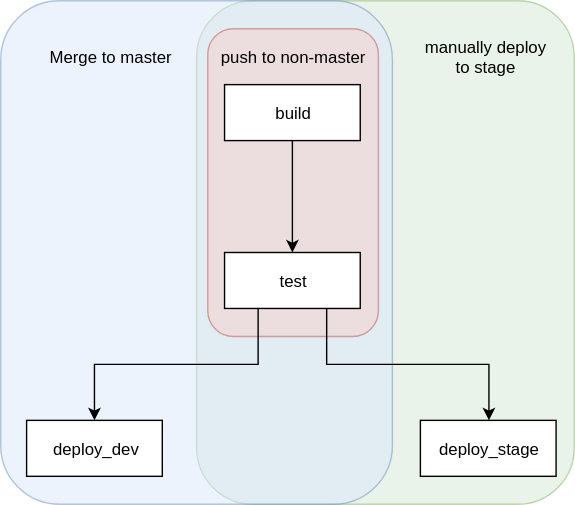
shinglyu/shinglyu.github.io keeps this draw.io diagram as blog_assets/drone_jsonnet/pipeline_tree.svg. Above is the earlier version. Source tidied: cells renumbered, new cells last; positions are measured from the earlier drawing's top-left corner, leaving out a move shared by most shapes.
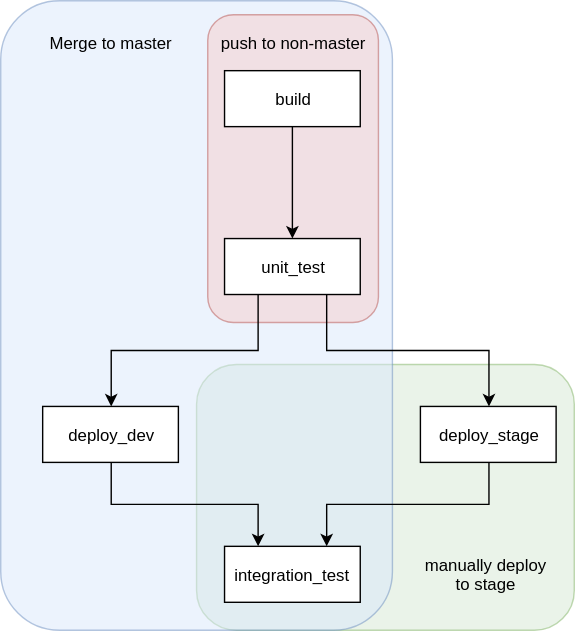
After the commit.

Diff of the diagram source:
```diff
@@ -3,10 +3,10 @@
     <mxCell id="0" />
     <mxCell id="1" parent="0" />
     <mxCell id="2" style="rounded=1;whiteSpace=wrap;html=1;opacity=50;fillColor=#d5e8d4;strokeColor=#82b366;" parent="1" vertex="1">
-      <mxGeometry x="140" width="270" height="360" as="geometry" />
+      <mxGeometry x="140" y="270" width="270" height="190" as="geometry" />
     </mxCell>
     <mxCell id="3" style="rounded=1;whiteSpace=wrap;html=1;fillColor=#dae8fc;strokeColor=#6c8ebf;opacity=50;" parent="1" vertex="1">
-      <mxGeometry width="280" height="360" as="geometry" />
+      <mxGeometry y="10" width="280" height="450" as="geometry" />
     </mxCell>
     <mxCell id="4" style="rounded=1;whiteSpace=wrap;html=1;opacity=50;fillColor=#f8cecc;strokeColor=#b85450;" parent="1" vertex="1">
       <mxGeometry x="148" y="20" width="122" height="220" as="geometry" />
@@ -17,29 +17,43 @@
     <mxCell id="6" value="build" style="rounded=0;whiteSpace=wrap;html=1;" parent="1" vertex="1">
       <mxGeometry x="160" y="60" width="97" height="40" as="geometry" />
     </mxCell>
-    <mxCell id="7" style="edgeStyle=orthogonalEdgeStyle;rounded=0;html=1;jettySize=auto;exitX=0.25;exitY=1;exitDx=0;exitDy=0;" parent="1" edge="1" source="9" target="11">
-      <mxGeometry relative="1" as="geometry" />
-    </mxCell>
     <mxCell id="8" style="edgeStyle=orthogonalEdgeStyle;rounded=0;html=1;jettySize=auto;exitX=0.75;exitY=1;exitDx=0;exitDy=0;" parent="1" edge="1" source="9" target="10">
-      <mxGeometry relative="1" as="geometry" />
+      <mxGeometry relative="1" as="geometry">
+        <Array as="points">
+          <mxPoint x="233" y="260" />
+          <mxPoint x="349" y="260" />
+        </Array>
+      </mxGeometry>
     </mxCell>
+    <mxCell id="15" style="edgeStyle=orthogonalEdgeStyle;rounded=0;jettySize=auto;html=1;exitX=0.25;exitY=1;exitDx=0;exitDy=0;entryX=0.5;entryY=0;entryDx=0;entryDy=0;" parent="1" edge="1" source="9" target="18">
+      <mxGeometry relative="1" as="geometry" />
+    </mxCell>
-    <mxCell id="9" value="test" style="rounded=0;whiteSpace=wrap;html=1;" parent="1" vertex="1">
+    <mxCell id="9" value="unit_test" style="rounded=0;whiteSpace=wrap;html=1;" parent="1" vertex="1">
       <mxGeometry x="160" y="180" width="97" height="40" as="geometry" />
     </mxCell>
+    <mxCell id="16" style="edgeStyle=orthogonalEdgeStyle;rounded=0;jettySize=auto;html=1;exitX=0.5;exitY=1;exitDx=0;exitDy=0;entryX=0.75;entryY=0;entryDx=0;entryDy=0;" parent="1" edge="1" source="10" target="11">
+      <mxGeometry relative="1" as="geometry" />
+    </mxCell>
     <mxCell id="10" value="deploy_stage" style="rounded=0;whiteSpace=wrap;html=1;" parent="1" vertex="1">
       <mxGeometry x="300" y="300" width="97" height="40" as="geometry" />
     </mxCell>
-    <mxCell id="11" value="deploy_dev" style="rounded=0;whiteSpace=wrap;html=1;" parent="1" vertex="1">
-      <mxGeometry x="18.5" y="300" width="97" height="40" as="geometry" />
+    <mxCell id="11" value="integration_test" style="rounded=0;whiteSpace=wrap;html=1;" parent="1" vertex="1">
+      <mxGeometry x="160" y="400" width="97" height="40" as="geometry" />
     </mxCell>
     <mxCell id="12" value="Merge to master" style="text;html=1;strokeColor=none;fillColor=none;align=center;verticalAlign=middle;whiteSpace=wrap;rounded=0;" parent="1" vertex="1">
       <mxGeometry x="18.5" y="30" width="120" height="20" as="geometry" />
     </mxCell>
     <mxCell id="13" value="manually deploy to stage" style="text;html=1;strokeColor=none;fillColor=none;align=center;verticalAlign=middle;whiteSpace=wrap;rounded=0;opacity=50;" parent="1" vertex="1">
-      <mxGeometry x="297" y="30" width="100" height="20" as="geometry" />
+      <mxGeometry x="297" y="410" width="100" height="20" as="geometry" />
     </mxCell>
     <mxCell id="14" value="push to non-master" style="text;html=1;strokeColor=none;fillColor=none;align=center;verticalAlign=middle;whiteSpace=wrap;rounded=0;opacity=50;" parent="1" vertex="1">
       <mxGeometry x="155" y="30" width="107" height="20" as="geometry" />
     </mxCell>
+    <mxCell id="17" style="edgeStyle=orthogonalEdgeStyle;rounded=0;jettySize=auto;html=1;exitX=0.5;exitY=1;exitDx=0;exitDy=0;entryX=0.25;entryY=0;entryDx=0;entryDy=0;" parent="1" edge="1" source="18" target="11">
+      <mxGeometry relative="1" as="geometry" />
+    </mxCell>
+    <mxCell id="18" value="deploy_dev" style="rounded=0;whiteSpace=wrap;html=1;" parent="1" vertex="1">
+      <mxGeometry x="30" y="300" width="97" height="40" as="geometry" />
+    </mxCell>
   </root>
 </mxGraphModel>
```
